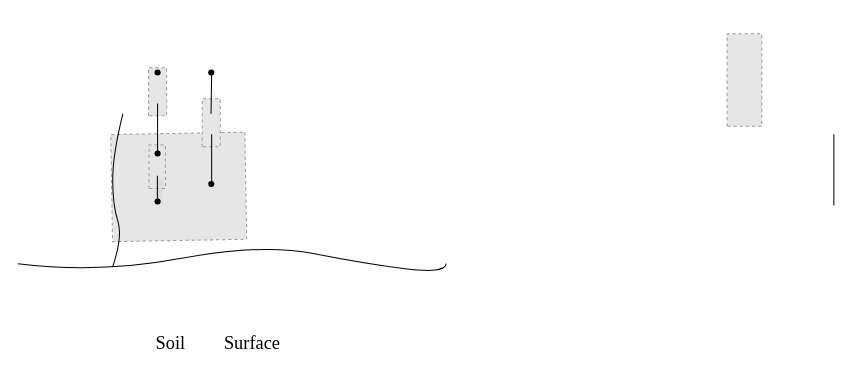
Earlier version of the draw.io diagram page "SW/ PM" (2 of 2) of figure_twosourcesmodel.drawio (Saraherz/biblio). Source tidied: cells renumbered, new cells numbered last; positions are measured from the earlier drawing's top-left corner, leaving out a move shared by most shapes. Both pictures are drawn from the tidied source at 102%, with x=0, y=0 at pixel (17, 62). Pictures stored in the file or linked from it are replaced by grey dashed boxes.
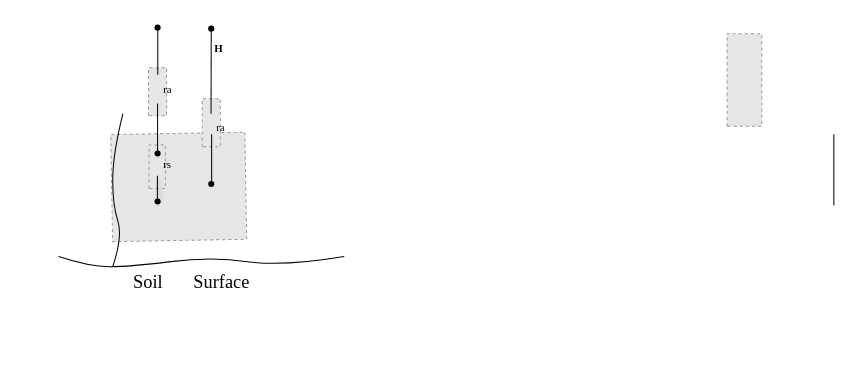
Above is the later version.

Commit message (it also covers changes not shown here):
Mettre à jour figure_twosourcesmodel.drawio

Diff of the diagram source:
```diff
@@
-    <mxCell id="3" style="endArrow=none;html=1;rounded=0;curved=1;" parent="1" edge="1">
-      <mxGeometry relative="1" as="geometry">
-        <mxPoint y="197" as="sourcePoint" />
-        <mxPoint x="420" y="197" as="targetPoint" />
-        <Array as="points">
-          <mxPoint x="79" y="207" />
-          <mxPoint x="239" y="177" />
-          <mxPoint x="340" y="197" />
-          <mxPoint x="419" y="207" />
-        </Array>
-      </mxGeometry>
-    </mxCell>
@@
     <mxCell id="5" value="&lt;font style=&quot;font-size: 18px;&quot; face=&quot;Times New Roman&quot;&gt;Surface&lt;/font&gt;" style="text;html=1;align=center;verticalAlign=middle;whiteSpace=wrap;rounded=0;" parent="1" vertex="1">
-      <mxGeometry x="200" y="260" width="60" height="30" as="geometry" />
+      <mxGeometry x="170" y="200" width="60" height="30" as="geometry" />
     </mxCell>
     <mxCell id="6" value="&lt;font style=&quot;font-size: 18px;&quot; face=&quot;Times New Roman&quot;&gt;Soil&lt;/font&gt;" style="text;html=1;align=center;verticalAlign=middle;whiteSpace=wrap;rounded=0;" parent="1" vertex="1">
-      <mxGeometry x="120" y="260" width="60" height="30" as="geometry" />
+      <mxGeometry x="98" y="200" width="60" height="30" as="geometry" />
     </mxCell>
@@
-    <mxCell id="17" style="endArrow=none;html=1;rounded=0;curved=1;" parent="1" edge="1">
+    <mxCell id="17" style="endArrow=none;html=1;rounded=0;curved=1;entryX=0.304;entryY=0.548;entryDx=0;entryDy=0;entryPerimeter=0;" parent="1" edge="1" target="19">
       <mxGeometry relative="1" as="geometry">
         <mxPoint x="189.4" y="50" as="sourcePoint" />
-        <mxPoint x="190" y="10" as="targetPoint" />
       </mxGeometry>
     </mxCell>
@@
     <mxCell id="19" style="shape=waypoint;sketch=0;size=6;points=[];fillColor=default;perimeter=centerPerimeter;snapToPoint=1;" parent="1" vertex="1">
-      <mxGeometry x="179.6" y="-0.4" width="20" height="20" as="geometry" />
+      <mxGeometry x="179.6" y="-43.4" width="20" height="20" as="geometry" />
     </mxCell>
     <mxCell id="20" style="shape=waypoint;sketch=0;size=6;fillColor=default;perimeter=centerPerimeter;" parent="1" vertex="1">
-      <mxGeometry x="127" y="-0.4" width="20" height="20" as="geometry" />
+      <mxGeometry x="127" y="-44.4" width="20" height="20" as="geometry" />
     </mxCell>
+    <mxCell id="21" style="endArrow=none;html=1;rounded=0;curved=1;" parent="1" edge="1">
+      <mxGeometry relative="1" as="geometry">
+        <mxPoint x="40" y="190" as="sourcePoint" />
+        <mxPoint x="320" y="190" as="targetPoint" />
+        <Array as="points">
+          <mxPoint x="70" y="200" />
+          <mxPoint x="110" y="200" />
+          <mxPoint x="190" y="190" />
+          <mxPoint x="260" y="200" />
+        </Array>
+      </mxGeometry>
+    </mxCell>
+    <mxCell id="22" value="&lt;b style=&quot;font-weight:normal;&quot; id=&quot;docs-internal-guid-4d5f2127-7fff-94e0-1cf0-b8977cac49ba&quot;&gt;&lt;span style=&quot;font-size: 8pt; font-family: &amp;quot;Palatino Linotype&amp;quot;, serif; color: rgb(0, 0, 0); background-color: transparent; font-weight: 400; font-style: normal; font-variant: normal; text-decoration: none; vertical-align: baseline; white-space: pre-wrap;&quot;&gt;rs&lt;/span&gt;&lt;/b&gt;" style="text;whiteSpace=wrap;html=1;" parent="1" vertex="1">
+      <mxGeometry x="140.6" y="85.9" width="20" height="30" as="geometry" />
+    </mxCell>
+    <mxCell id="23" value="&lt;b style=&quot;font-weight:normal;&quot; id=&quot;docs-internal-guid-4d5f2127-7fff-94e0-1cf0-b8977cac49ba&quot;&gt;&lt;span style=&quot;font-size: 8pt; font-family: &amp;quot;Palatino Linotype&amp;quot;, serif; color: rgb(0, 0, 0); background-color: transparent; font-weight: 400; font-style: normal; font-variant: normal; text-decoration: none; vertical-align: baseline; white-space: pre-wrap;&quot;&gt;ra&lt;/span&gt;&lt;/b&gt;" style="text;whiteSpace=wrap;html=1;" parent="1" vertex="1">
+      <mxGeometry x="140.6" y="11.9" width="20" height="30" as="geometry" />
+    </mxCell>
+    <mxCell id="24" value="&lt;b style=&quot;font-weight:normal;&quot; id=&quot;docs-internal-guid-4d5f2127-7fff-94e0-1cf0-b8977cac49ba&quot;&gt;&lt;span style=&quot;font-size: 8pt; font-family: &amp;quot;Palatino Linotype&amp;quot;, serif; color: rgb(0, 0, 0); background-color: transparent; font-weight: 400; font-style: normal; font-variant: normal; text-decoration: none; vertical-align: baseline; white-space: pre-wrap;&quot;&gt;ra&lt;/span&gt;&lt;/b&gt;" style="text;whiteSpace=wrap;html=1;" parent="1" vertex="1">
+      <mxGeometry x="193.2" y="49" width="20" height="30" as="geometry" />
+    </mxCell>
+    <mxCell id="25" value="&lt;b style=&quot;&quot; id=&quot;docs-internal-guid-4d5f2127-7fff-94e0-1cf0-b8977cac49ba&quot;&gt;&lt;span style=&quot;font-size: 8pt; font-family: &amp;quot;Palatino Linotype&amp;quot;, serif; color: rgb(0, 0, 0); background-color: transparent; font-style: normal; font-variant: normal; text-decoration: none; vertical-align: baseline; white-space: pre-wrap;&quot;&gt;H&lt;/span&gt;&lt;/b&gt;" style="text;whiteSpace=wrap;html=1;" parent="1" vertex="1">
+      <mxGeometry x="191.2" y="-28.4" width="20" height="30" as="geometry" />
+    </mxCell>
+    <mxCell id="26" style="endArrow=none;html=1;rounded=0;curved=1;" parent="1" edge="1">
+      <mxGeometry relative="1" as="geometry">
+        <mxPoint x="137.2" y="11.9" as="sourcePoint" />
+        <mxPoint x="137.2" y="-37.1" as="targetPoint" />
+      </mxGeometry>
+    </mxCell>
+    <mxCell id="27" value="&lt;span id=&quot;docs-internal-guid-3c458857-7fff-cdd6-4405-d9959158fef8&quot;&gt;&amp;nbsp;&lt;/span&gt;" style="text;whiteSpace=wrap;html=1;" parent="1" vertex="1">
+      <mxGeometry x="115.3" y="-28.4" width="20" height="30" as="geometry" />
+    </mxCell>
```
